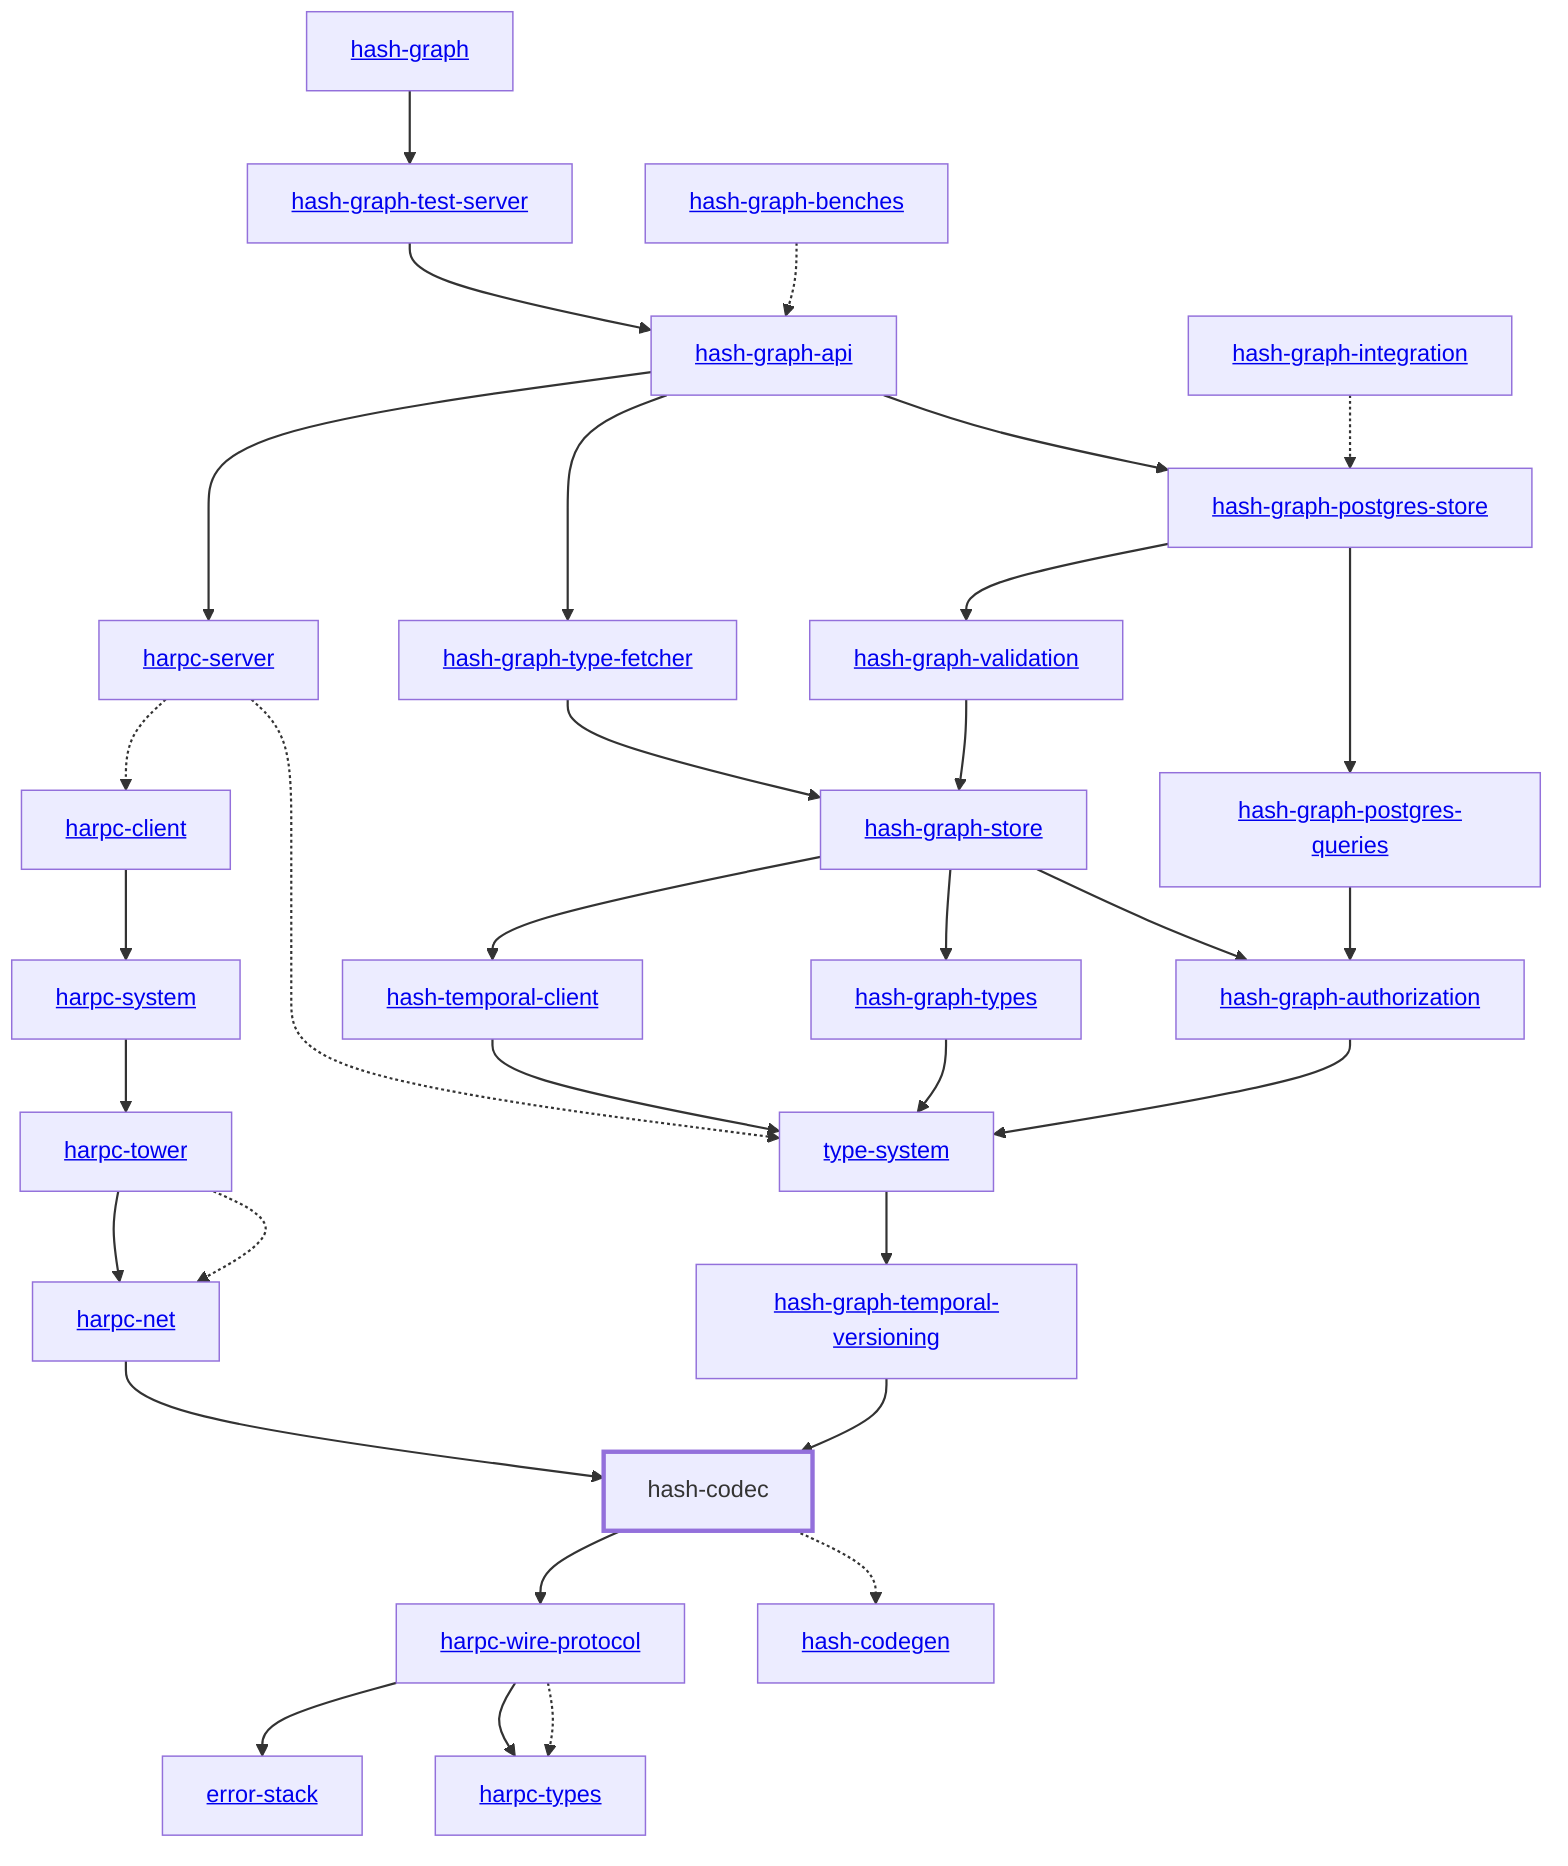
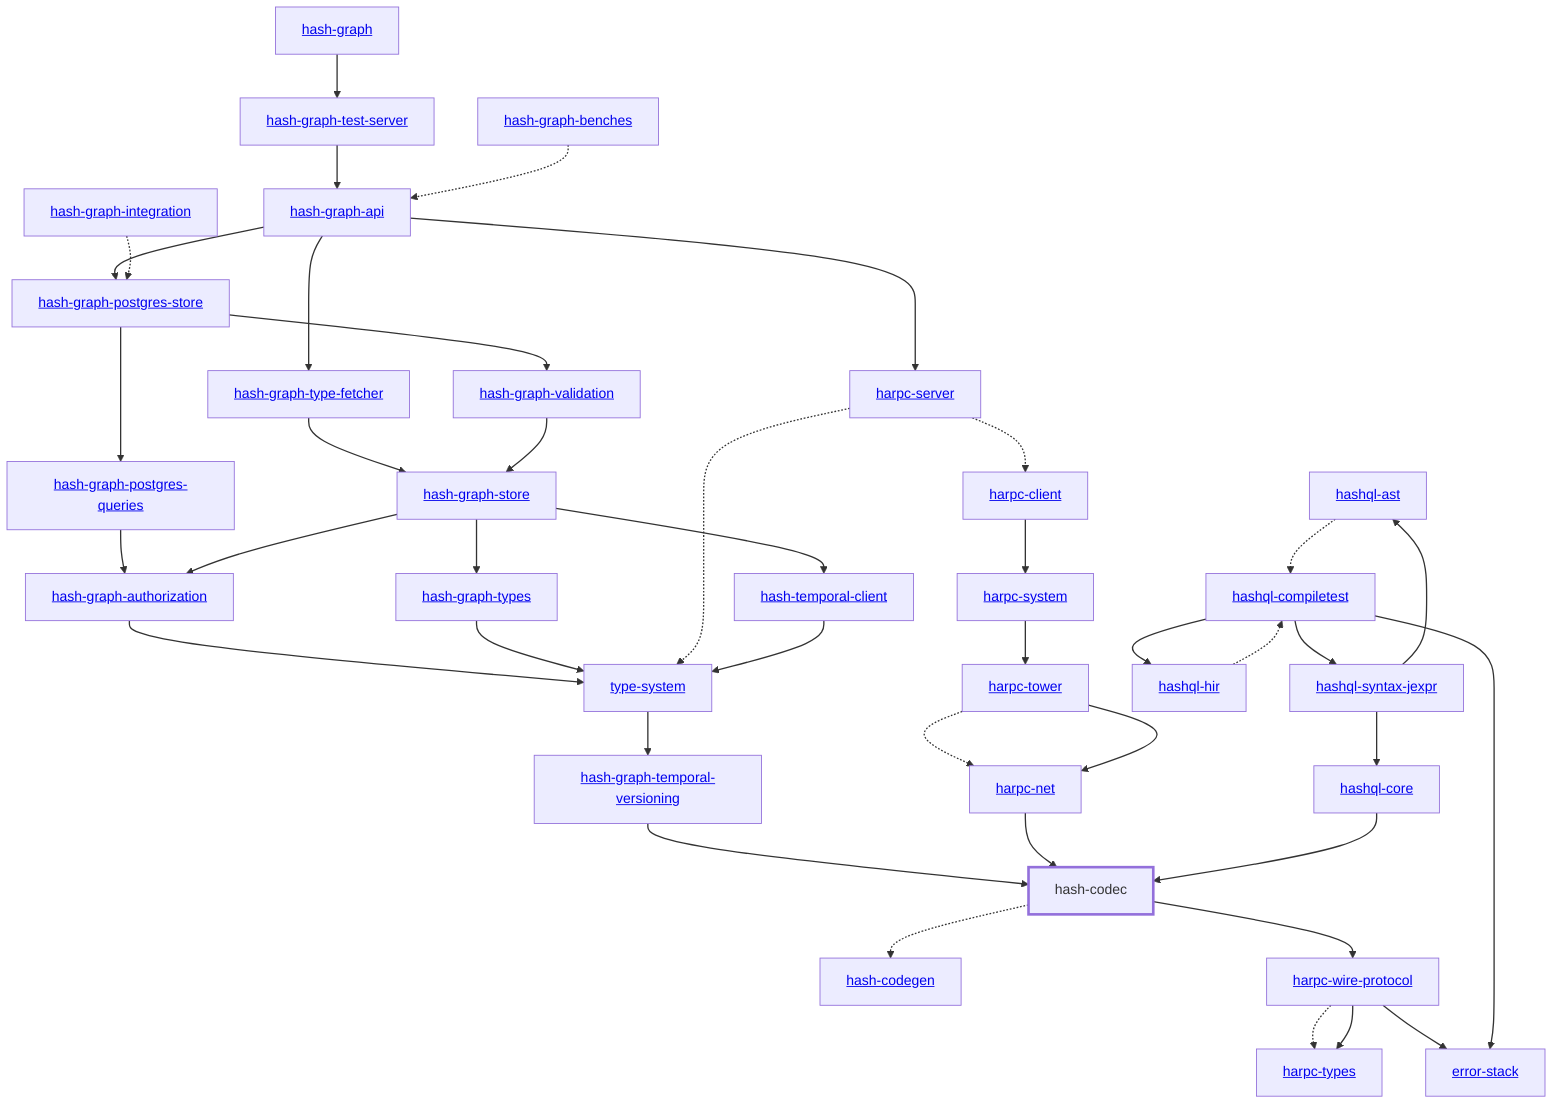
graph TD
    linkStyle default stroke-width:1.5px
    classDef default stroke-width:1px
    classDef root stroke-width:3px
    classDef dev stroke-width:1px
    classDef build stroke-width:1px
    %% Legend
    %% --> : Normal dependency
    %% -.-> : Dev dependency
    %% ---> : Build dependency
    0[<a href="../hash_graph">hash-graph</a>]
    1[<a href="../type_system">type-system</a>]
    2[hash-codec]
    class 2 root
    3[<a href="../hash_codegen">hash-codegen</a>]
    4[<a href="../hash_graph_api">hash-graph-api</a>]
    5[<a href="../hash_graph_authorization">hash-graph-authorization</a>]
    6[<a href="../hash_graph_postgres_queries">hash-graph-postgres-queries</a>]
    7[<a href="../hash_graph_postgres_store">hash-graph-postgres-store</a>]
    8[<a href="../hash_graph_store">hash-graph-store</a>]
    9[<a href="../hash_graph_temporal_versioning">hash-graph-temporal-versioning</a>]
    10[<a href="../hash_graph_test_server">hash-graph-test-server</a>]
    11[<a href="../hash_graph_type_fetcher">hash-graph-type-fetcher</a>]
    12[<a href="../hash_graph_types">hash-graph-types</a>]
    13[<a href="../hash_graph_validation">hash-graph-validation</a>]
    14[<a href="../harpc_client">harpc-client</a>]
    15[<a href="../harpc_net">harpc-net</a>]
    16[<a href="../harpc_server">harpc-server</a>]
    17[<a href="../harpc_system">harpc-system</a>]
    18[<a href="../harpc_tower">harpc-tower</a>]
    19[<a href="../harpc_types">harpc-types</a>]
    20[<a href="../harpc_wire_protocol">harpc-wire-protocol</a>]
-     21[<a href="../hash_temporal_client">hash-temporal-client</a>]
-     22[<a href="../error_stack">error-stack</a>]
-     23[<a href="../hash_graph_benches">hash-graph-benches</a>]
-     24[<a href="../hash_graph_integration">hash-graph-integration</a>]
+     21[<a href="../hashql_ast">hashql-ast</a>]
+     22[<a href="../hashql_compiletest">hashql-compiletest</a>]
+     23[<a href="../hashql_core">hashql-core</a>]
+     24[<a href="../hashql_hir">hashql-hir</a>]
+     25[<a href="../hashql_syntax_jexpr">hashql-syntax-jexpr</a>]
+     26[<a href="../hash_temporal_client">hash-temporal-client</a>]
+     27[<a href="../error_stack">error-stack</a>]
+     28[<a href="../hash_graph_benches">hash-graph-benches</a>]
+     29[<a href="../hash_graph_integration">hash-graph-integration</a>]
    0 --> 10
    1 --> 9
    2 -.-> 3
    2 --> 20
    4 --> 7
    4 --> 11
    4 --> 16
    5 --> 1
    6 --> 5
    7 --> 6
    7 --> 13
    8 --> 5
    8 --> 12
-     8 --> 21
+     8 --> 26
    9 --> 2
    10 --> 4
    11 --> 8
    12 --> 1
    13 --> 8
    14 --> 17
    15 --> 2
    16 -.-> 1
    16 -.-> 14
    17 --> 18
    18 -.-> 15
    18 --> 15
    20 -.-> 19
    20 --> 19
-     20 --> 22
-     21 --> 1
-     23 -.-> 4
-     24 -.-> 7
+     20 --> 27
+     21 -.-> 22
+     22 --> 24
+     22 --> 25
+     22 --> 27
+     23 --> 2
+     24 -.-> 22
+     25 --> 21
+     25 --> 23
+     26 --> 1
+     28 -.-> 4
+     29 -.-> 7
